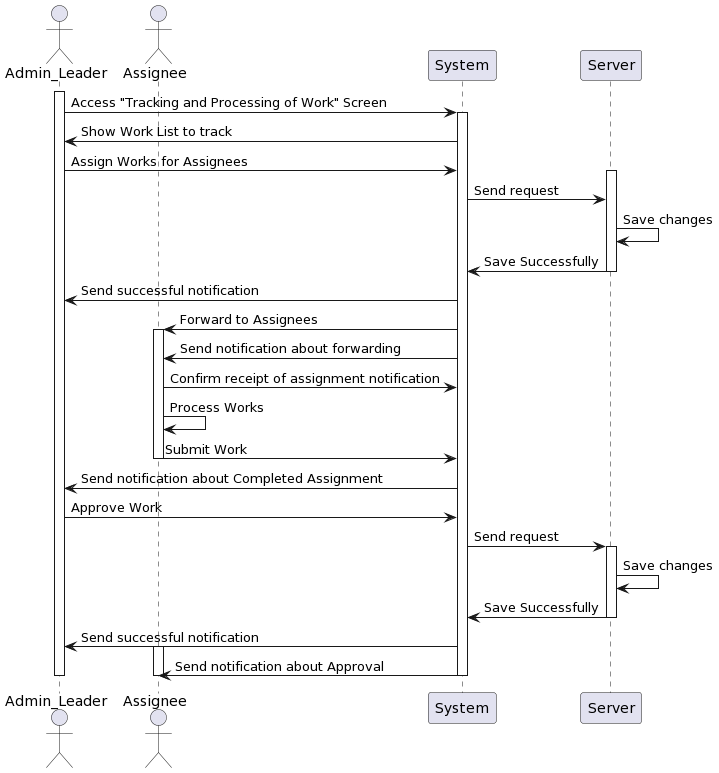
Before: Lab1/Lab1.2/SequenceDiagram/TrackingandProcessingofwork/ProcessWorks/ProcessWorks_SequenceDiagram.png, a diagram exported from PlantUML (khoapham1003/SE357-Pratice-class). Source of this version:
```plantuml
@startuml
actor Admin_Leader as User
actor Assignee as Assignee
participant System
participant Server

activate User
User -> System: Access "Tracking and Processing of Work" Screen
activate System
System -> User: Show Work List to track
User -> System: Assign Works for Assignees
activate Server
System -> Server: Send request
Server -> Server: Save changes
Server -> System: Save Successfully
deactivate Server
System -> User: Send successful notification
System -> Assignee: Forward to Assignees
activate Assignee
System -> Assignee: Send notification about forwarding
Assignee -> System: Confirm receipt of assignment notification
Assignee -> Assignee: Process Works
Assignee -> System: Submit Work
deactivate Assignee
System -> User: Send notification about Completed Assignment
User -> System: Approve Work
System -> Server: Send request
activate Server
    Server -> Server: Save changes
    Server -> System: Save Successfully
deactivate Server
    System -> User: Send successful notification
activate Assignee
    System -> Assignee: Send notification about Approval
deactivate Assignee
deactivate System

deactivate User
@enduml
```
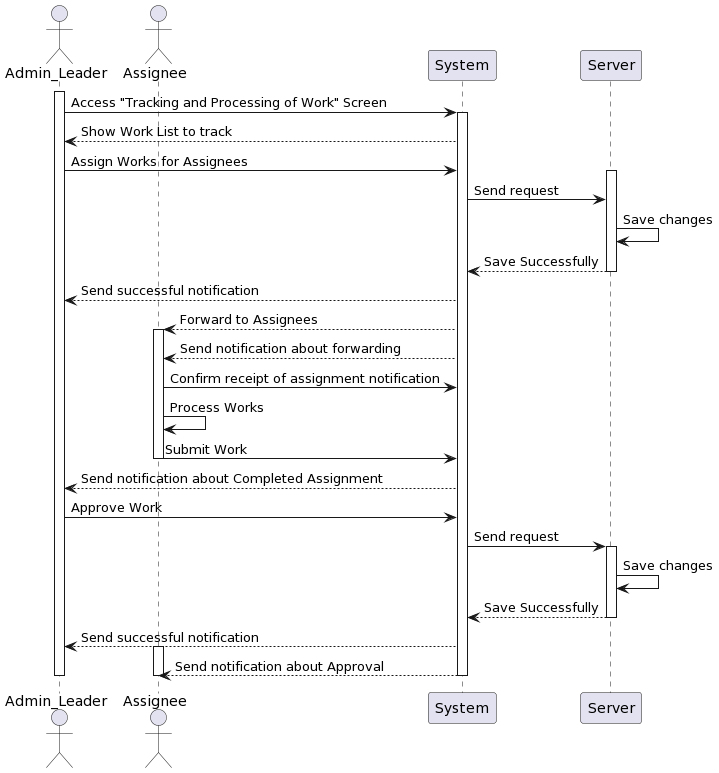
After the change.

Diff of the diagram source:
```diff
@@ -7,31 +7,31 @@
 activate User
 User -> System: Access "Tracking and Processing of Work" Screen
 activate System
-System -> User: Show Work List to track
+System --> User: Show Work List to track
 User -> System: Assign Works for Assignees
 activate Server
 System -> Server: Send request
 Server -> Server: Save changes
-Server -> System: Save Successfully
+Server --> System: Save Successfully
 deactivate Server
-System -> User: Send successful notification
-System -> Assignee: Forward to Assignees
+System --> User: Send successful notification
+System --> Assignee: Forward to Assignees
 activate Assignee
-System -> Assignee: Send notification about forwarding
+System --> Assignee: Send notification about forwarding
 Assignee -> System: Confirm receipt of assignment notification
 Assignee -> Assignee: Process Works
 Assignee -> System: Submit Work
 deactivate Assignee
-System -> User: Send notification about Completed Assignment
+System --> User: Send notification about Completed Assignment
 User -> System: Approve Work
 System -> Server: Send request
 activate Server
     Server -> Server: Save changes
-    Server -> System: Save Successfully
+    Server --> System: Save Successfully
 deactivate Server
-    System -> User: Send successful notification
+    System --> User: Send successful notification
 activate Assignee
-    System -> Assignee: Send notification about Approval
+    System --> Assignee: Send notification about Approval
 deactivate Assignee
 deactivate System
 
```
